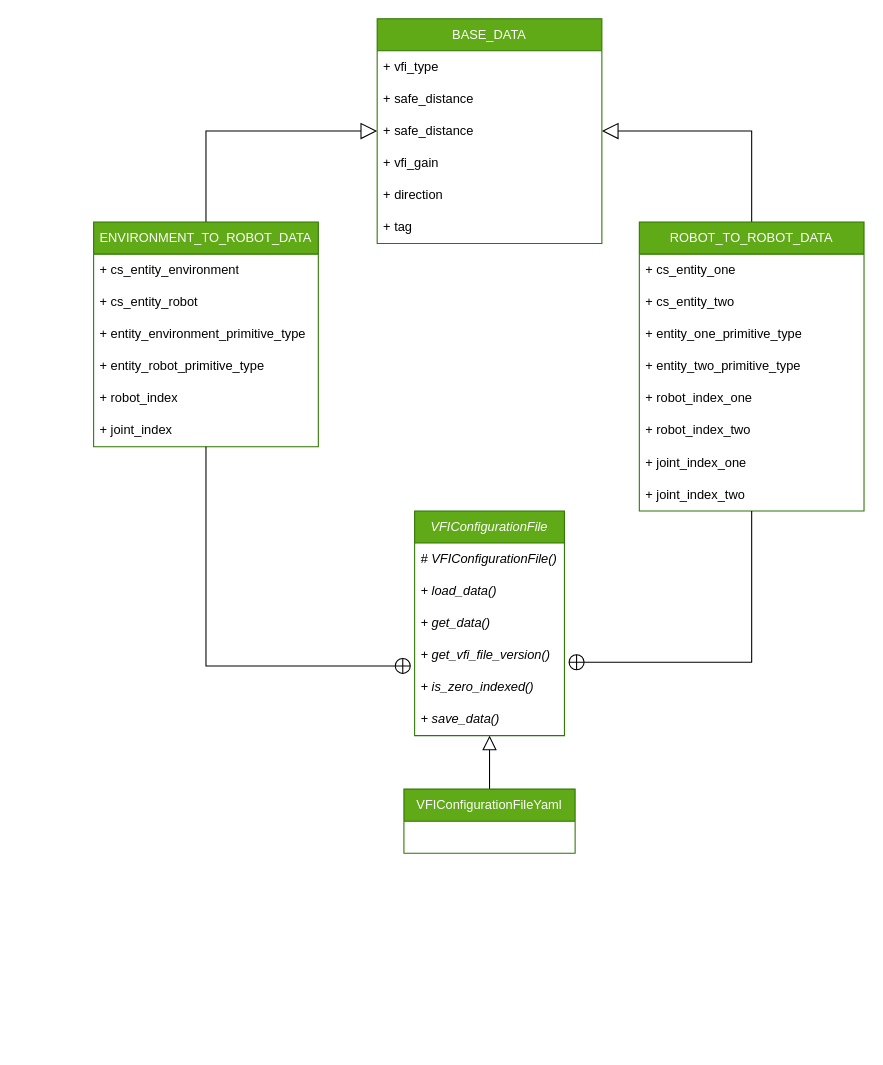
Earlier version of the draw.io diagram design/UML/classes.drawio (ElliotWinterbottom/robot_constraint_editor). Source tidied: cells renumbered, new cells numbered last; positions are measured from the earlier drawing's top-left corner, leaving out a move shared by most shapes. Both pictures are drawn from the tidied source at 107%, with x=0, y=0 at pixel (93, 18).
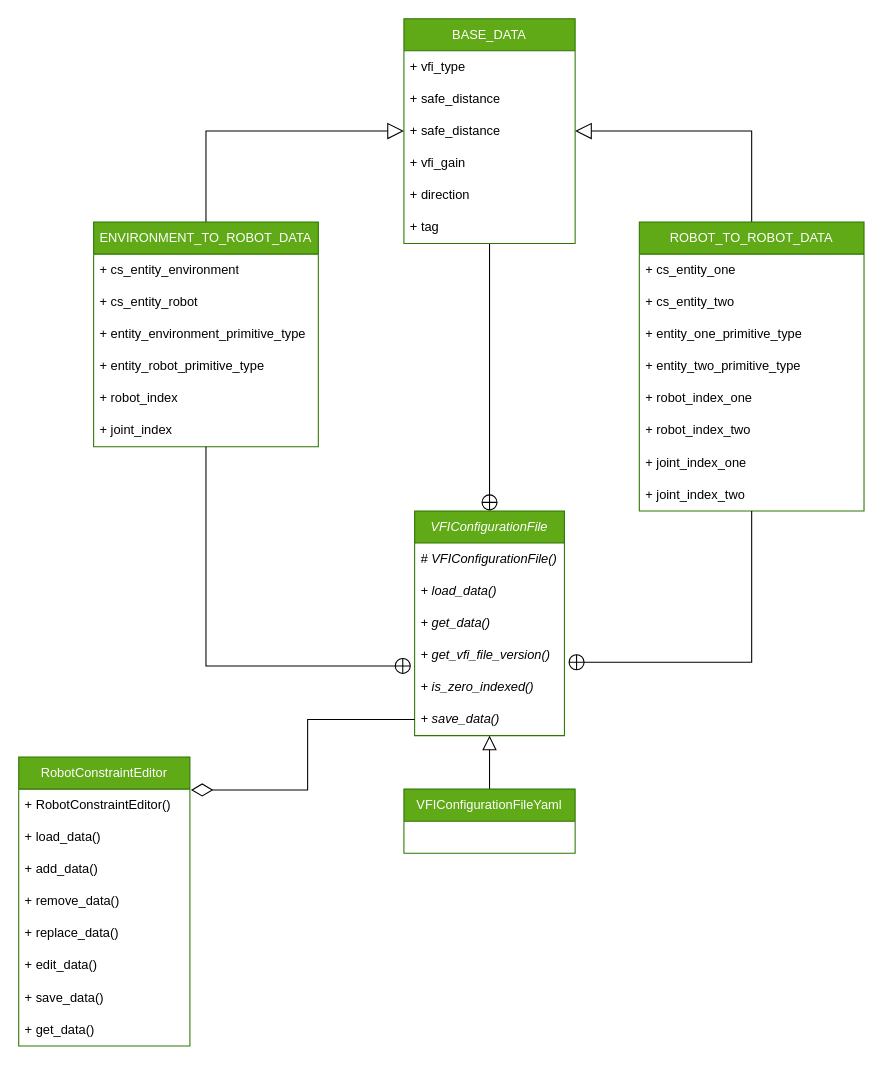
The same diagram, later.

Commit message:
updated the UML diagram

Unchanged cells that the change refers to:
```xml
<mxCell id="2" value="VFIConfigurationFile" style="swimlane;fontStyle=2;horizontal=1;startSize=30;whiteSpace=wrap;html=1;fillColor=#60a917;fontColor=#ffffff;strokeColor=#2D7600;" parent="1" vertex="1">
  <mxGeometry x="300" y="460" width="140" height="210" as="geometry" />
</mxCell>
<mxCell id="8" value="+ save_data()" style="text;strokeColor=none;fillColor=none;align=left;verticalAlign=middle;spacingLeft=4;spacingRight=4;overflow=hidden;points=[[0,0.5],[1,0.5]];portConstraint=eastwest;whiteSpace=wrap;html=1;fontStyle=2;" parent="2" vertex="1">
  <mxGeometry y="180" width="140" height="30" as="geometry" />
</mxCell>
```

What changed in the source:
```diff
@@
+    <mxCell id="38" style="edgeStyle=orthogonalEdgeStyle;rounded=0;jettySize=auto;html=1;entryX=0.5;entryY=0;entryDx=0;entryDy=0;endArrow=circlePlus;endFill=0;" parent="1" edge="1" source="28" target="2">
+      <mxGeometry relative="1" as="geometry" />
+    </mxCell>
     <mxCell id="28" value="BASE_DATA" style="swimlane;fontStyle=0;horizontal=1;startSize=30;whiteSpace=wrap;html=1;fillColor=#60a917;fontColor=#ffffff;strokeColor=#2D7600;" parent="1" vertex="1">
-      <mxGeometry x="265" width="210" height="210" as="geometry" />
+      <mxGeometry x="290" width="160" height="210" as="geometry" />
     </mxCell>
     <mxCell id="29" value="+&amp;nbsp;&lt;span style=&quot;background-color: transparent; color: light-dark(rgb(0, 0, 0), rgb(255, 255, 255));&quot;&gt;vfi_type&lt;/span&gt;" style="text;strokeColor=none;fillColor=none;align=left;verticalAlign=middle;spacingLeft=4;spacingRight=4;overflow=hidden;whiteSpace=wrap;html=1;fontStyle=0;" parent="28" vertex="1">
-      <mxGeometry y="30" width="210" height="30" as="geometry" />
+      <mxGeometry y="30" width="160" height="30" as="geometry" />
     </mxCell>
     <mxCell id="30" value="+ safe_distance" style="text;strokeColor=none;fillColor=none;align=left;verticalAlign=middle;spacingLeft=4;spacingRight=4;overflow=hidden;whiteSpace=wrap;html=1;fontStyle=0;" parent="28" vertex="1">
-      <mxGeometry y="60" width="210" height="30" as="geometry" />
+      <mxGeometry y="60" width="160" height="30" as="geometry" />
     </mxCell>
     <mxCell id="31" value="+ safe_distance" style="text;strokeColor=none;fillColor=none;align=left;verticalAlign=middle;spacingLeft=4;spacingRight=4;overflow=hidden;points=[[0,0.5],[1,0.5]];portConstraint=eastwest;whiteSpace=wrap;html=1;fontStyle=0;" parent="28" vertex="1">
-      <mxGeometry y="90" width="210" height="30" as="geometry" />
+      <mxGeometry y="90" width="160" height="30" as="geometry" />
     </mxCell>
     <mxCell id="32" value="+&amp;nbsp;vfi_gain" style="text;strokeColor=none;fillColor=none;align=left;verticalAlign=middle;spacingLeft=4;spacingRight=4;overflow=hidden;whiteSpace=wrap;html=1;fontStyle=0;" parent="28" vertex="1">
-      <mxGeometry y="120" width="210" height="30" as="geometry" />
+      <mxGeometry y="120" width="160" height="30" as="geometry" />
     </mxCell>
     <mxCell id="33" value="+ direction" style="text;strokeColor=none;fillColor=none;align=left;verticalAlign=middle;spacingLeft=4;spacingRight=4;overflow=hidden;whiteSpace=wrap;html=1;fontStyle=0;" parent="28" vertex="1">
-      <mxGeometry y="150" width="210" height="30" as="geometry" />
+      <mxGeometry y="150" width="160" height="30" as="geometry" />
     </mxCell>
     <mxCell id="34" value="+ tag" style="text;strokeColor=none;fillColor=none;align=left;verticalAlign=middle;spacingLeft=4;spacingRight=4;overflow=hidden;whiteSpace=wrap;html=1;fontStyle=0;" parent="28" vertex="1">
-      <mxGeometry y="180" width="210" height="30" as="geometry" />
+      <mxGeometry y="180" width="160" height="30" as="geometry" />
     </mxCell>
@@
+    <mxCell id="39" value="RobotConstraintEditor" style="swimlane;fontStyle=0;horizontal=1;startSize=30;whiteSpace=wrap;html=1;fillColor=#60a917;fontColor=#ffffff;strokeColor=#2D7600;" parent="1" vertex="1">
+      <mxGeometry x="-70" y="690" width="160" height="270" as="geometry" />
+    </mxCell>
+    <mxCell id="40" value="+&amp;nbsp;RobotConstraintEditor()" style="text;strokeColor=none;fillColor=none;align=left;verticalAlign=middle;spacingLeft=4;spacingRight=4;overflow=hidden;whiteSpace=wrap;html=1;fontStyle=0;" parent="39" vertex="1">
+      <mxGeometry y="30" width="160" height="30" as="geometry" />
+    </mxCell>
+    <mxCell id="41" value="+ load_data()&amp;nbsp;" style="text;strokeColor=none;fillColor=none;align=left;verticalAlign=middle;spacingLeft=4;spacingRight=4;overflow=hidden;whiteSpace=wrap;html=1;fontStyle=0;" parent="39" vertex="1">
+      <mxGeometry y="60" width="160" height="30" as="geometry" />
+    </mxCell>
+    <mxCell id="42" value="+ add_data()&amp;nbsp;" style="text;strokeColor=none;fillColor=none;align=left;verticalAlign=middle;spacingLeft=4;spacingRight=4;overflow=hidden;whiteSpace=wrap;html=1;fontStyle=0;" parent="39" vertex="1">
+      <mxGeometry y="90" width="160" height="30" as="geometry" />
+    </mxCell>
+    <mxCell id="43" value="+ remove_data()&amp;nbsp;" style="text;strokeColor=none;fillColor=none;align=left;verticalAlign=middle;spacingLeft=4;spacingRight=4;overflow=hidden;whiteSpace=wrap;html=1;fontStyle=0;" parent="39" vertex="1">
+      <mxGeometry y="120" width="160" height="30" as="geometry" />
+    </mxCell>
+    <mxCell id="44" value="+ replace_data()&amp;nbsp;" style="text;strokeColor=none;fillColor=none;align=left;verticalAlign=middle;spacingLeft=4;spacingRight=4;overflow=hidden;whiteSpace=wrap;html=1;fontStyle=0;" parent="39" vertex="1">
+      <mxGeometry y="150" width="160" height="30" as="geometry" />
+    </mxCell>
+    <mxCell id="45" value="+ edit_data()&amp;nbsp;" style="text;strokeColor=none;fillColor=none;align=left;verticalAlign=middle;spacingLeft=4;spacingRight=4;overflow=hidden;whiteSpace=wrap;html=1;fontStyle=0;" parent="39" vertex="1">
+      <mxGeometry y="180" width="160" height="30" as="geometry" />
+    </mxCell>
+    <mxCell id="46" value="+ save_data()" style="text;strokeColor=none;fillColor=none;align=left;verticalAlign=middle;spacingLeft=4;spacingRight=4;overflow=hidden;whiteSpace=wrap;html=1;fontStyle=0;" parent="39" vertex="1">
+      <mxGeometry y="210" width="160" height="30" as="geometry" />
+    </mxCell>
+    <mxCell id="47" value="+ get_data()&amp;nbsp;" style="text;strokeColor=none;fillColor=none;align=left;verticalAlign=middle;spacingLeft=4;spacingRight=4;overflow=hidden;whiteSpace=wrap;html=1;fontStyle=0;" parent="39" vertex="1">
+      <mxGeometry y="240" width="160" height="30" as="geometry" />
+    </mxCell>
+    <mxCell id="48" style="edgeStyle=orthogonalEdgeStyle;rounded=0;jettySize=auto;html=1;entryX=1.006;entryY=0.114;entryDx=0;entryDy=0;entryPerimeter=0;endArrow=diamondThin;endFill=0;endSize=18;" parent="1" edge="1" source="8" target="39">
+      <mxGeometry relative="1" as="geometry" />
+    </mxCell>
```
